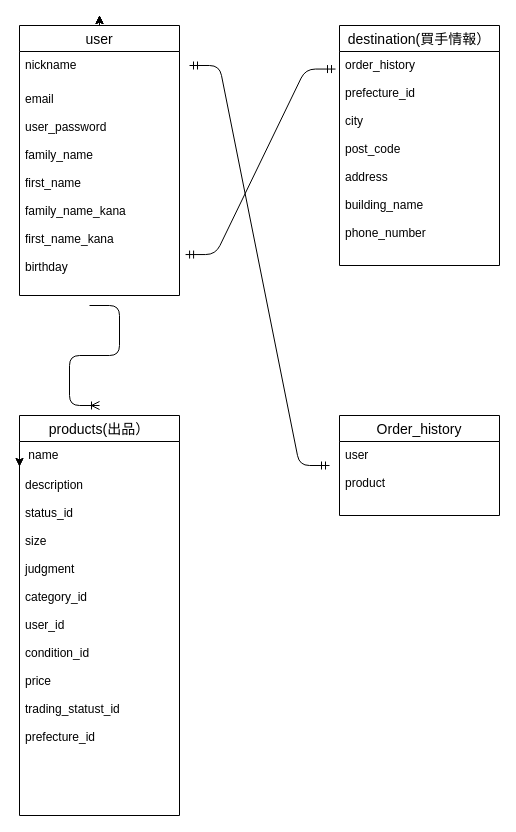
Earlier version of the draw.io diagram page "ページ1" (1 of 3) of test.dio (kitou44/furima-30571). Source tidied: cells renumbered, new cells numbered last; positions are measured from the earlier drawing's top-left corner, leaving out a move shared by most shapes. Both pictures are drawn from the tidied source at 100%, with x=0, y=0 at pixel (19, 15).
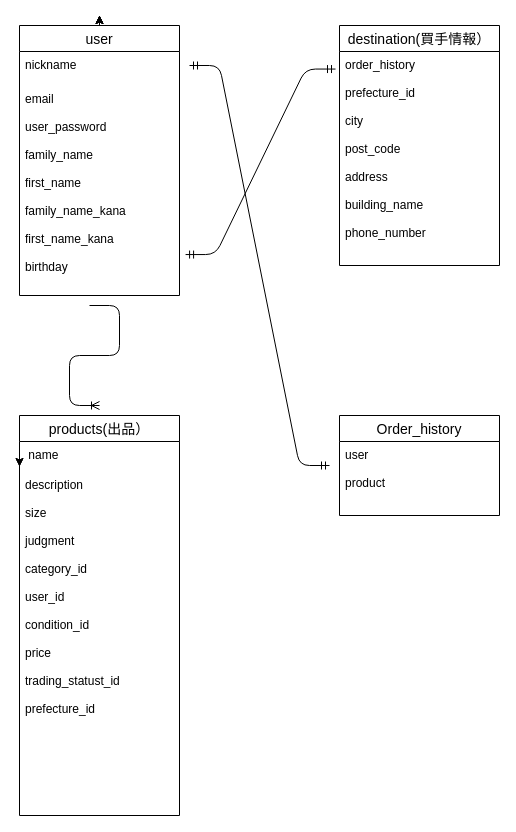
Above is the later version.

Unchanged cells that the change refers to:
```xml
<mxCell id="10" value="products(出品）" style="swimlane;fontStyle=0;horizontal=1;startSize=26;align=center;fontSize=14;rounded=0;sketch=0;" parent="1" vertex="1">
  <mxGeometry y="400" width="160" height="400" as="geometry" />
</mxCell>
```

The edit, as a diff of the source:
```diff
@@
-    <mxCell id="12" value="description&#10;&#10;status_id&#10;&#10;size&#10;&#10;judgment&#10;&#10;category_id&#10;&#10;user_id&#10;&#10;condition_id&#10;&#10;price&#10;&#10;trading_statust_id&#10;&#10;prefecture_id" style="text;strokeColor=none;fillColor=none;spacingLeft=4;spacingRight=4;overflow=hidden;fontSize=12;" parent="10" vertex="1">
+    <mxCell id="12" value="description&#10;&#10;size&#10;&#10;judgment&#10;&#10;category_id&#10;&#10;user_id&#10;&#10;condition_id&#10;&#10;price&#10;&#10;trading_statust_id&#10;&#10;prefecture_id" style="text;strokeColor=none;fillColor=none;spacingLeft=4;spacingRight=4;overflow=hidden;fontSize=12;" parent="10" vertex="1">
       <mxGeometry y="56" width="160" height="344" as="geometry" />
     </mxCell>
```
